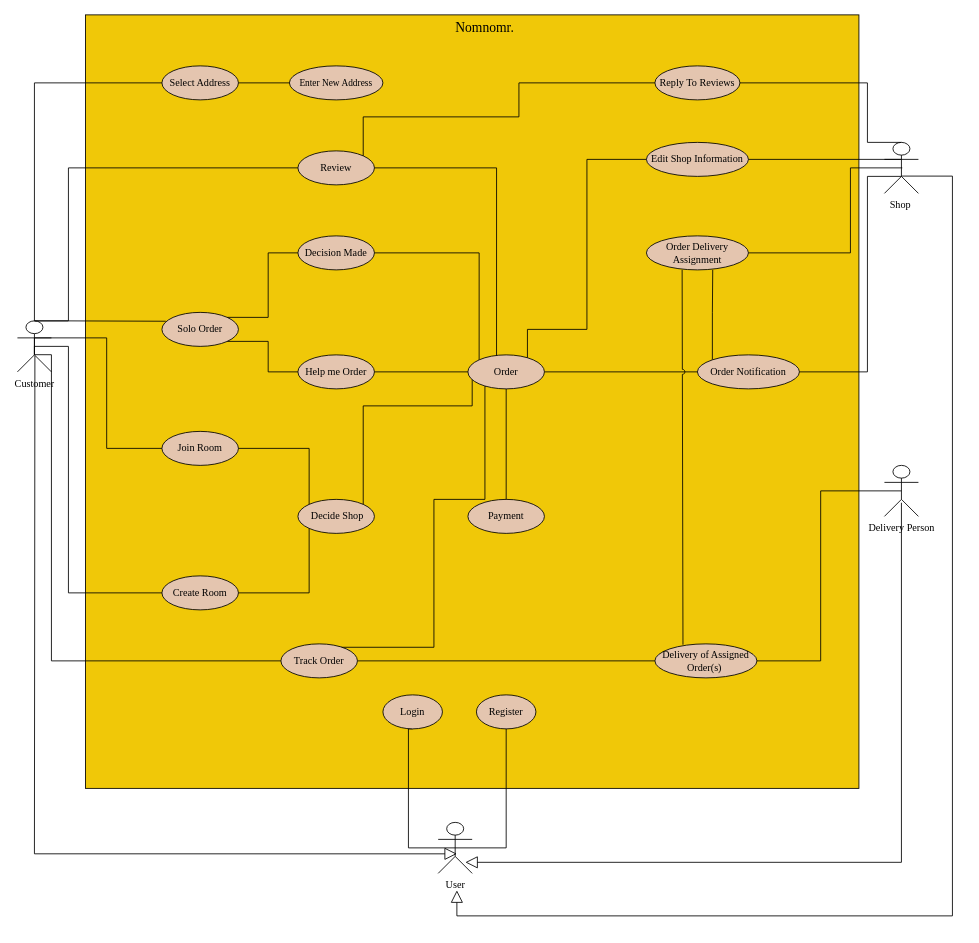
Before: docs/contributions/JoannaAgo/Phase_4/Use_Case_Diagram_Updated(1).drawio in iloudaros/nomnomr, a draw.io diagram. Source tidied: cells renumbered, new cells numbered last; positions are measured from the earlier drawing's top-left corner, leaving out a move shared by most shapes. Both pictures are drawn from the tidied source at 85%, with x=0, y=0 at pixel (17, 14).
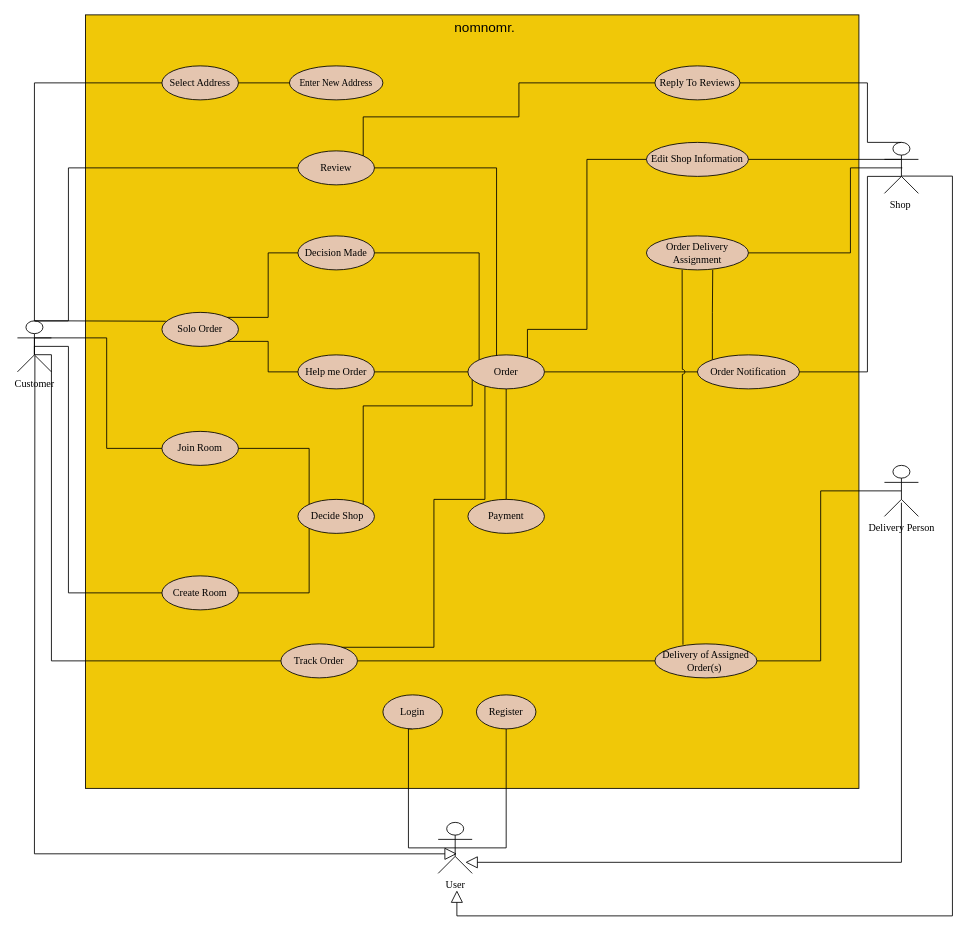
The same diagram, later.

Commit message (it also covers changes not shown here):
Ioanna's Diagrams Exports and minor stylistic Changes

What changed in the source:
```diff
@@
-    <mxCell id="3" value="Nomnomr." style="text;html=1;strokeColor=none;fillColor=none;align=center;verticalAlign=middle;whiteSpace=wrap;rounded=0;fontFamily=Times New Roman;fontSize=16;" parent="1" vertex="1">
+    <mxCell id="3" value="&lt;font face=&quot;Helvetica&quot;&gt;nomnomr.&lt;/font&gt;" style="text;html=1;strokeColor=none;fillColor=none;align=center;verticalAlign=middle;whiteSpace=wrap;rounded=0;fontFamily=Times New Roman;fontSize=16;" parent="1" vertex="1">
       <mxGeometry x="520" width="60" height="30" as="geometry" />
     </mxCell>
```
